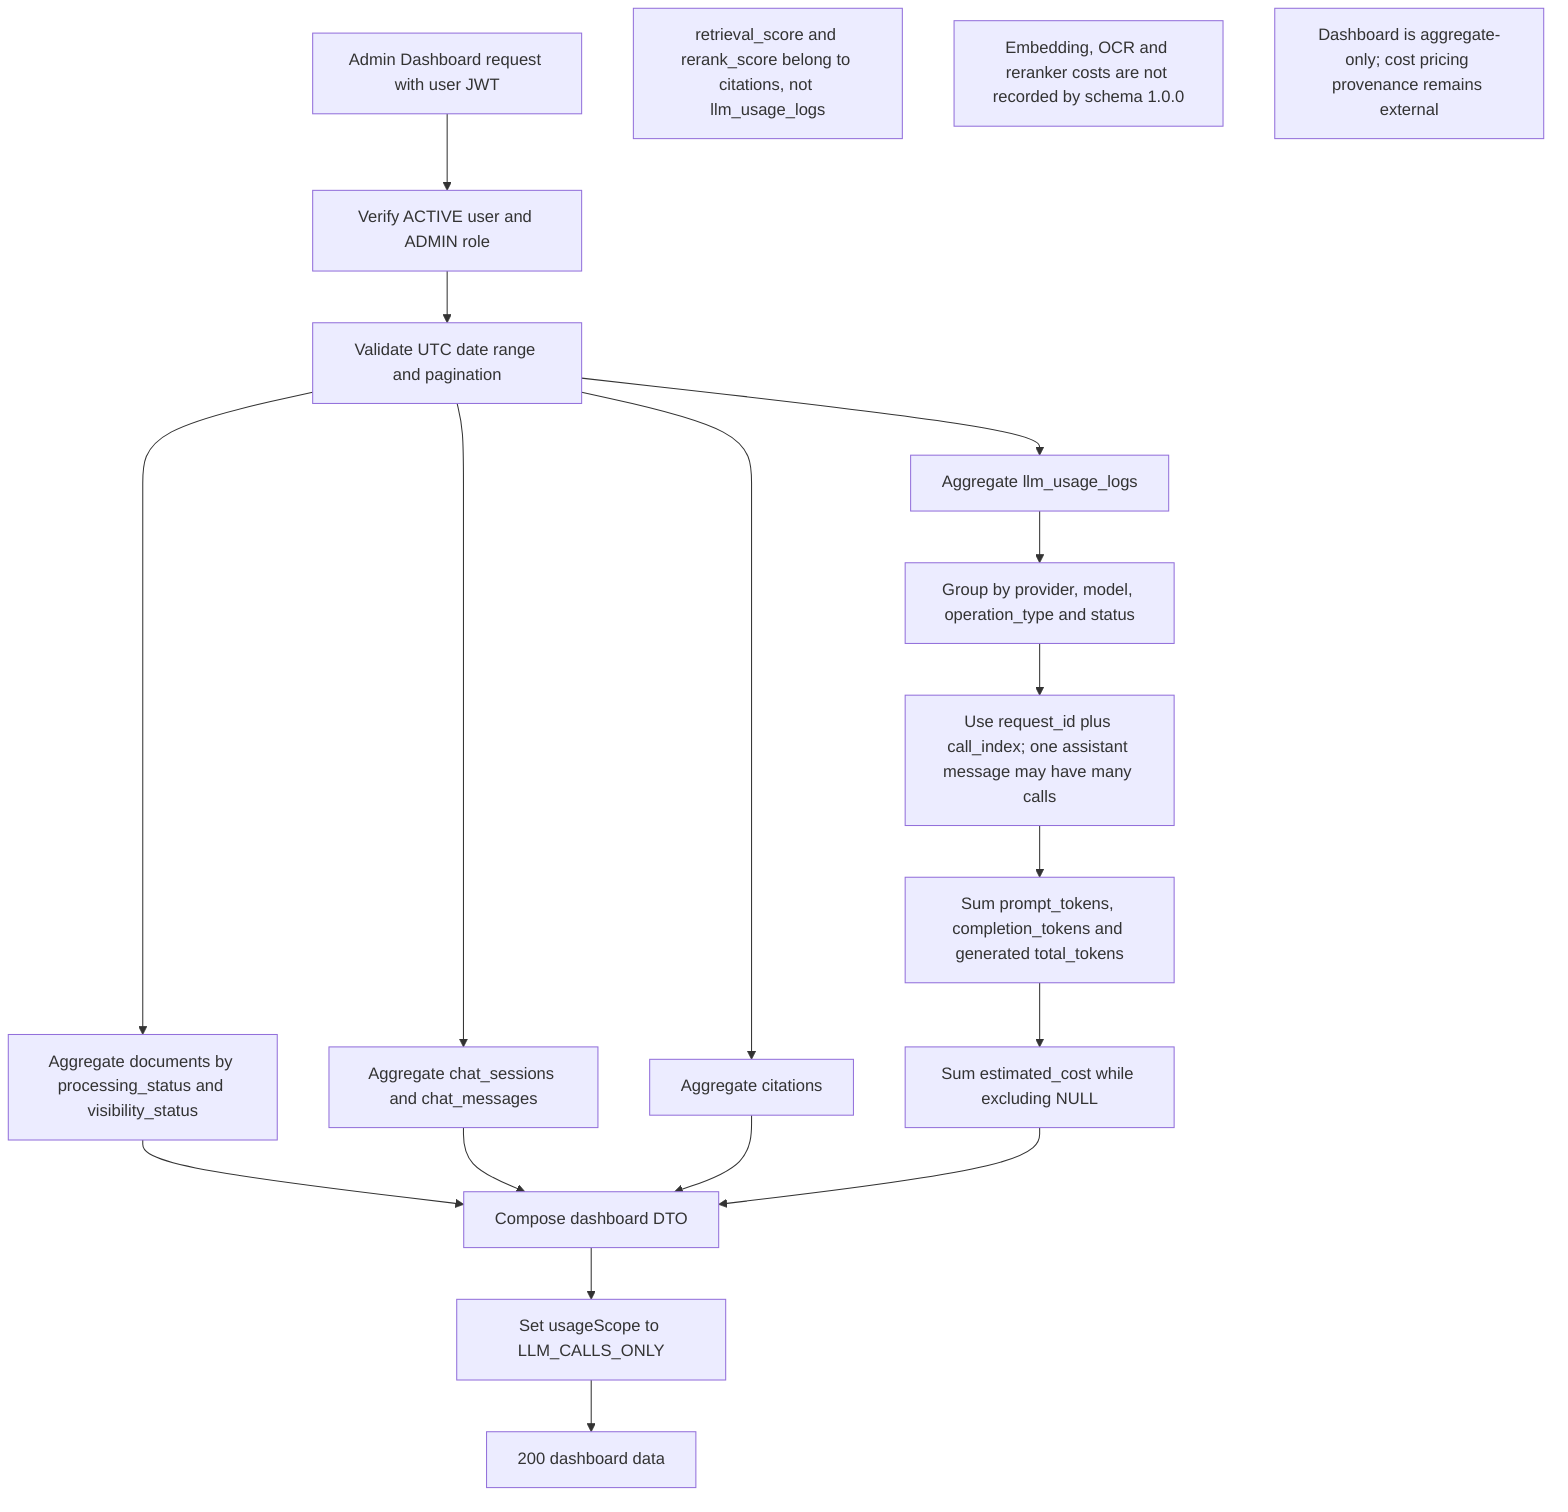
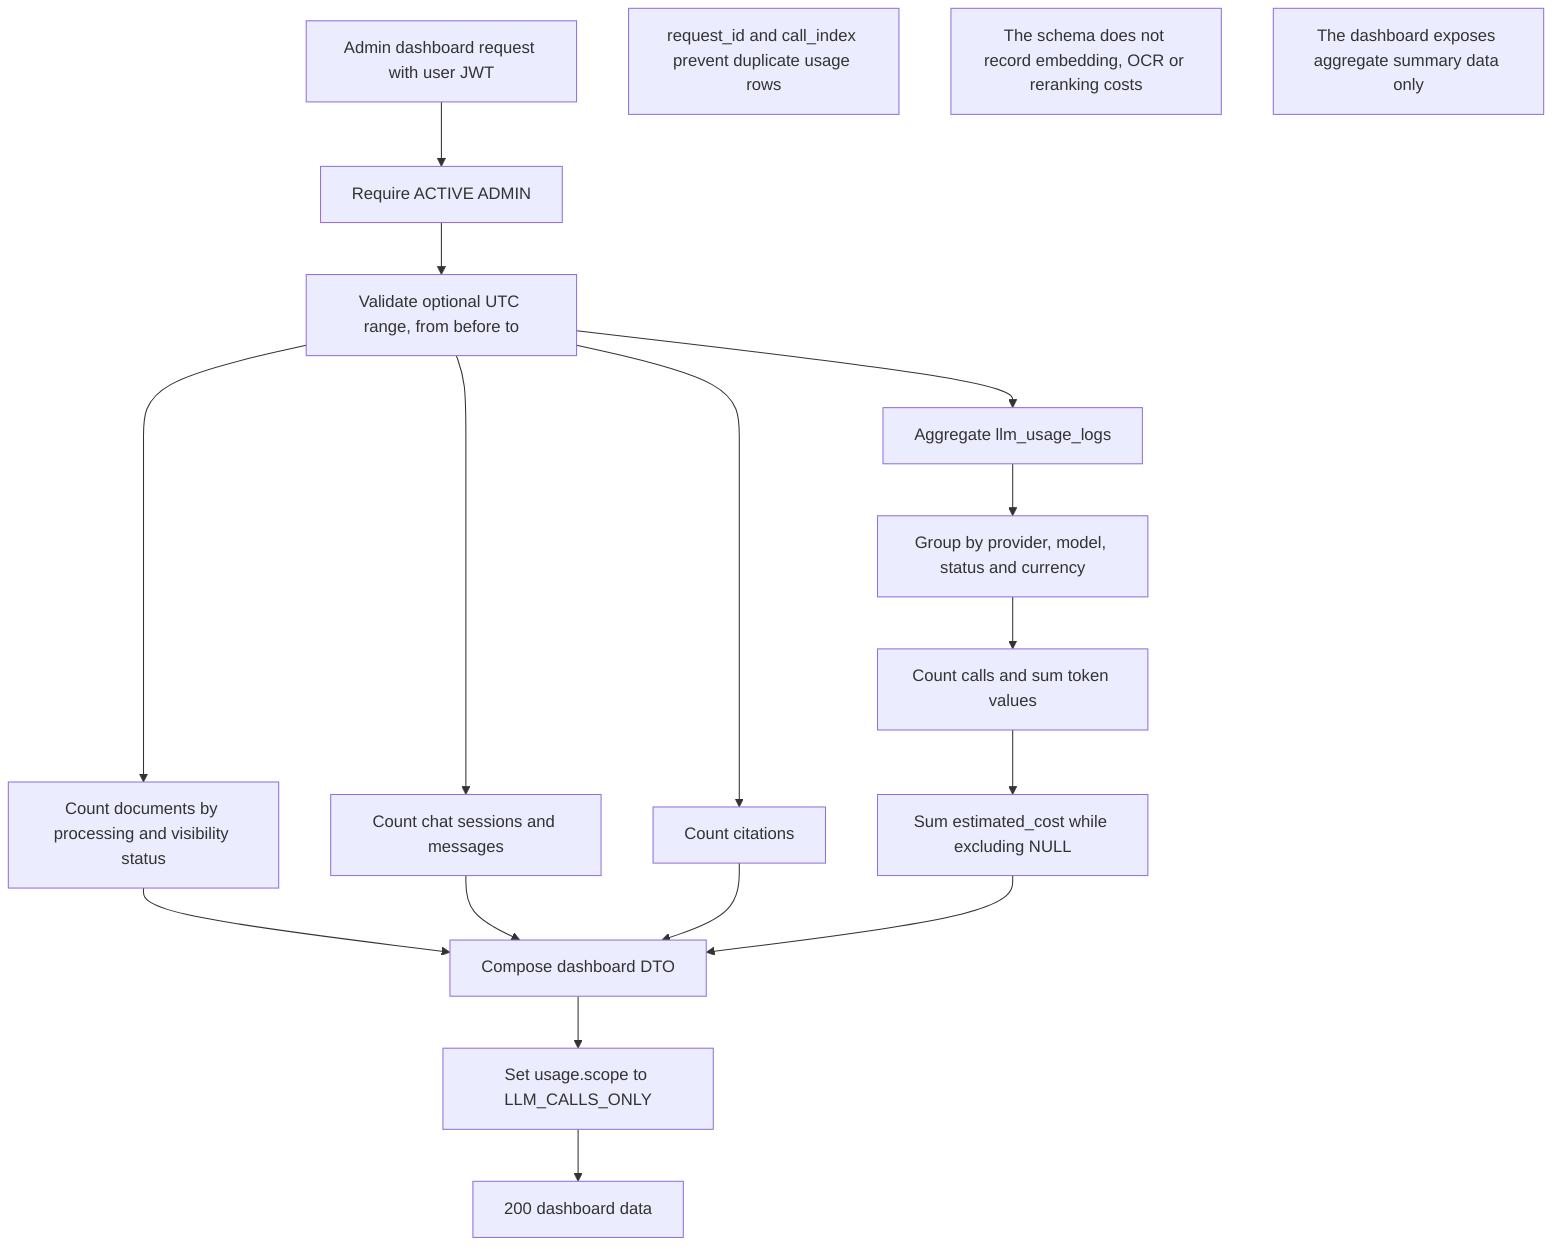
- %% 09 Usage and dashboard | Status: MVP IMPLEMENTED basic summary
+ %% 09 Usage and dashboard | Detailed NodeJS/Core flow
flowchart TB
-   A[Admin Dashboard request with user JWT] --> B[Verify ACTIVE user and ADMIN role]
-   B --> C[Validate UTC date range and pagination]
-   C --> D[Aggregate documents by processing_status and visibility_status]
-   C --> E[Aggregate chat_sessions and chat_messages]
-   C --> F[Aggregate citations]
+   A[Admin dashboard request with user JWT] --> B[Require ACTIVE ADMIN]
+   B --> C[Validate optional UTC range, from before to]
+   C --> D[Count documents by processing and visibility status]
+   C --> E[Count chat sessions and messages]
+   C --> F[Count citations]
  C --> G[Aggregate llm_usage_logs]

-   G --> H[Group by provider, model, operation_type and status]
-   H --> I[Use request_id plus call_index; one assistant message may have many calls]
-   I --> J[Sum prompt_tokens, completion_tokens and generated total_tokens]
-   J --> K[Sum estimated_cost while excluding NULL]
+   G --> H[Group by provider, model, status and currency]
+   H --> I[Count calls and sum token values]
+   I --> J[Sum estimated_cost while excluding NULL]

-   D --> L[Compose dashboard DTO]
-   E --> L
-   F --> L
-   K --> L
-   L --> M[Set usageScope to LLM_CALLS_ONLY]
-   M --> N[200 dashboard data]
+   D --> K[Compose dashboard DTO]
+   E --> K
+   F --> K
+   J --> K
+   K --> L[Set usage.scope to LLM_CALLS_ONLY]
+   L --> M[200 dashboard data]

-   Note1[retrieval_score and rerank_score belong to citations, not llm_usage_logs]
-   Note2[Embedding, OCR and reranker costs are not recorded by schema 1.0.0]
-   Note3[Dashboard is aggregate-only; cost pricing provenance remains external]
+   N1[request_id and call_index prevent duplicate usage rows]
+   N2[The schema does not record embedding, OCR or reranking costs]
+   N3[The dashboard exposes aggregate summary data only]
